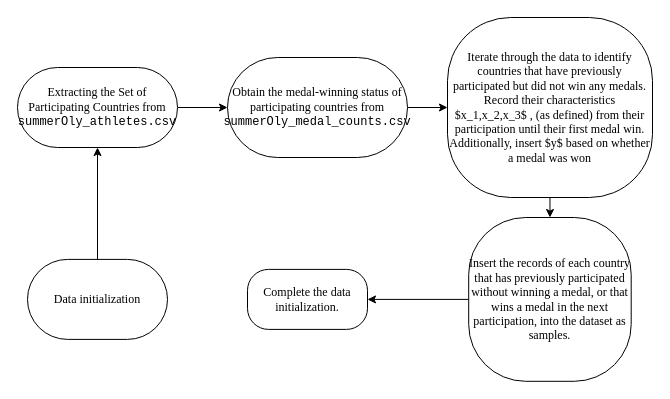
Before: code/C_2.dio in VicissitudeChat9619/MCM_Document, a draw.io diagram. Source tidied: cells renumbered, new cells numbered last; positions are measured from the earlier drawing's top-left corner, leaving out a move shared by most shapes. Both pictures are drawn from the tidied source at 100%, with x=0, y=0 at pixel (17, 17).
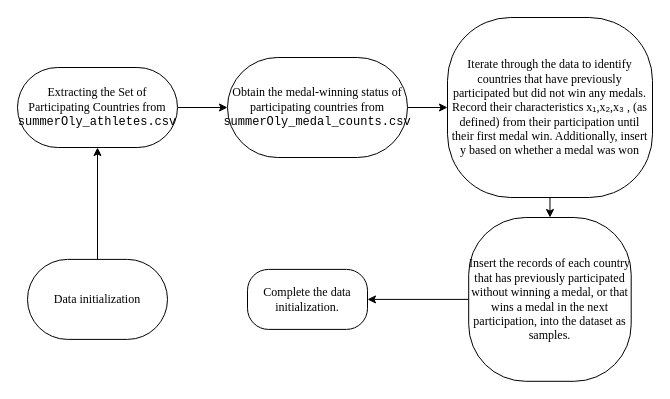
Above is the later version.

Commit message (it also covers changes not shown here):
修改了流程图的下标错误问题

What changed in the source:
```diff
@@
 <mxGraphModel>
   <root>
     <mxCell id="0" />
     <mxCell id="1" parent="0" />
     <mxCell id="2" style="edgeStyle=none;html=1;fontSize=12;" parent="1" edge="1" source="3" target="5">
       <mxGeometry relative="1" as="geometry" />
     </mxCell>
     <mxCell id="3" value="&lt;font face=&quot;Times New Roman&quot; style=&quot;font-size: 12px;&quot;&gt;Data initialization&lt;/font&gt;" style="rounded=1;whiteSpace=wrap;html=1;arcSize=50;direction=west;" parent="1" vertex="1">
       <mxGeometry x="10" y="241.9" width="140" height="80" as="geometry" />
     </mxCell>
     <mxCell id="4" style="edgeStyle=none;html=1;fontSize=12;" parent="1" edge="1" source="5" target="7">
       <mxGeometry relative="1" as="geometry" />
     </mxCell>
     <mxCell id="5" value="&lt;font face=&quot;Times New Roman&quot;&gt;Extracting the Set of Participating Countries from&lt;/font&gt;&lt;br&gt;&lt;font face=&quot;consolas&quot;&gt;summerOly_athletes.csv&lt;/font&gt;" style="whiteSpace=wrap;html=1;rounded=1;arcSize=50;" parent="1" vertex="1">
       <mxGeometry y="50" width="160" height="80" as="geometry" />
     </mxCell>
     <mxCell id="6" style="edgeStyle=none;html=1;fontSize=12;" parent="1" edge="1" source="7" target="9">
       <mxGeometry relative="1" as="geometry" />
     </mxCell>
     <mxCell id="7" value="&lt;font face=&quot;Times New Roman&quot;&gt;Obtain the medal-winning status of participating countries from&lt;/font&gt;&lt;br&gt;&lt;font face=&quot;consolas&quot;&gt;summerOly_medal_counts.csv&lt;/font&gt;" style="whiteSpace=wrap;html=1;rounded=1;arcSize=50;" parent="1" vertex="1">
       <mxGeometry x="210" y="40" width="180" height="100" as="geometry" />
     </mxCell>
     <mxCell id="8" style="edgeStyle=none;html=1;fontSize=12;" parent="1" edge="1" source="9" target="11">
       <mxGeometry relative="1" as="geometry" />
     </mxCell>
-    <mxCell id="9" value="&lt;font face=&quot;Times New Roman&quot;&gt;Iterate through the data to identify countries that have previously participated but did not win any medals. Record their characteristics $x_1,x_2,x_3$ , (as defined) from their participation until their first medal win. Additionally, insert $y$ based on whether a medal was won &lt;/font&gt;" style="whiteSpace=wrap;html=1;rounded=1;arcSize=35;" parent="1" vertex="1">
+    <mxCell id="9" value="&lt;font face=&quot;Times New Roman&quot;&gt;Iterate through the data to identify countries that have previously participated but did not win any medals. Record their characteristics x&lt;/font&gt;&lt;span style=&quot;background-color: initial;&quot;&gt;₁&lt;/span&gt;&lt;span style=&quot;font-family: &amp;quot;Times New Roman&amp;quot;; background-color: initial;&quot;&gt;,x&lt;/span&gt;&lt;span style=&quot;background-color: initial;&quot;&gt;₂&lt;/span&gt;&lt;span style=&quot;background-color: initial; font-family: &amp;quot;Times New Roman&amp;quot;;&quot;&gt;,x&lt;/span&gt;&lt;span style=&quot;background-color: initial;&quot;&gt;₃&lt;/span&gt;&lt;span style=&quot;background-color: initial; font-family: &amp;quot;Times New Roman&amp;quot;;&quot;&gt;&amp;nbsp;, (as defined) from their participation until their first medal win. Additionally, insert y based on whether a medal was won&lt;/span&gt;" style="whiteSpace=wrap;html=1;rounded=1;arcSize=35;" parent="1" vertex="1">
       <mxGeometry x="430" width="205" height="180" as="geometry" />
     </mxCell>
     <mxCell id="10" style="edgeStyle=none;html=1;fontSize=12;" parent="1" edge="1" source="11" target="12">
       <mxGeometry relative="1" as="geometry" />
     </mxCell>
     <mxCell id="11" value="&lt;p&gt;&lt;font face=&quot;Times New Roman&quot;&gt;Insert the records of each country that has previously participated without winning a medal, or that wins a medal in the next participation, into the dataset as samples.&lt;/font&gt;&lt;/p&gt;" style="rounded=1;whiteSpace=wrap;html=1;arcSize=35;" parent="1" vertex="1">
       <mxGeometry x="451.2" y="200" width="162.5" height="163.8" as="geometry" />
     </mxCell>
     <mxCell id="12" value="&lt;font face=&quot;Times New Roman&quot;&gt;Complete the data initialization.&lt;/font&gt;" style="whiteSpace=wrap;html=1;rounded=1;arcSize=35;" parent="1" vertex="1">
       <mxGeometry x="230" y="251.9" width="120" height="60" as="geometry" />
     </mxCell>
   </root>
 </mxGraphModel>
```
